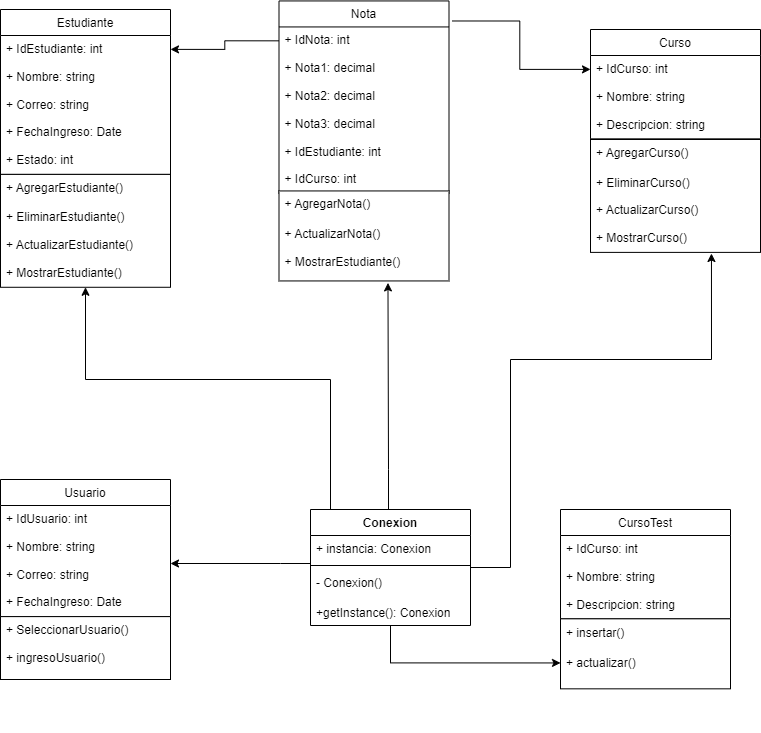
This is RegistroNotas-UMLSingleton.png from glendagarcia99/RegistroNotas-actualizada, a draw.io export, as it was before one commit. Source tidied: cells renumbered, new cells last; positions are measured from the earlier drawing's top-left corner, leaving out a move shared by most shapes.
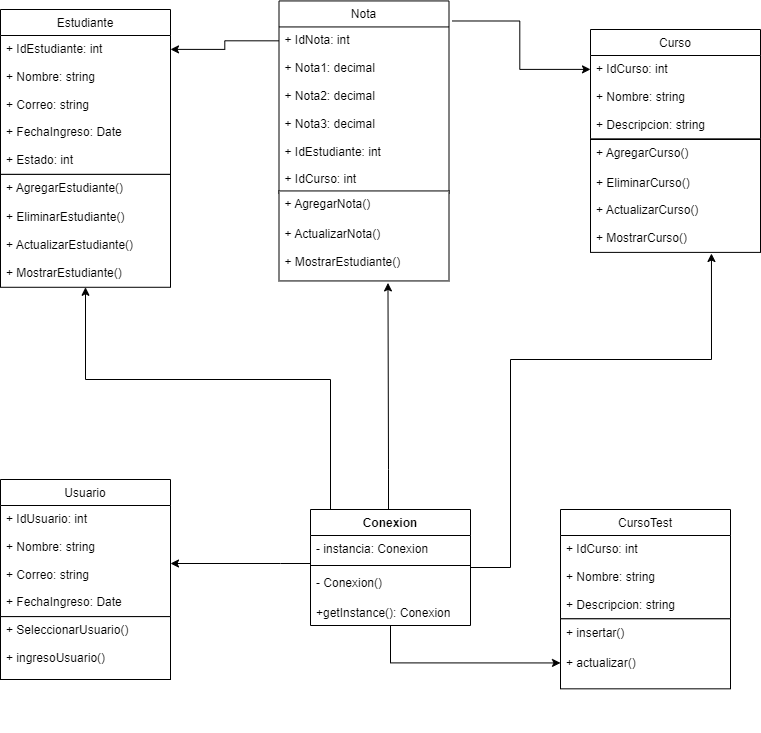
After the change.

Commit message:
UML con sigleton

The edit, as a diff of the source:
```diff
@@ -215,7 +215,7 @@
     <mxCell id="65" value="Conexion" style="swimlane;fontStyle=1;align=center;verticalAlign=top;horizontal=1;startSize=26;" parent="1" vertex="1">
       <mxGeometry x="310" y="509" width="160" height="116" as="geometry" />
     </mxCell>
-    <mxCell id="66" value="+ instancia: Conexion" style="text;strokeColor=none;fillColor=none;align=left;verticalAlign=top;spacingLeft=4;spacingRight=4;overflow=hidden;" parent="65" vertex="1">
+    <mxCell id="66" value="- instancia: Conexion" style="text;strokeColor=none;fillColor=none;align=left;verticalAlign=top;spacingLeft=4;spacingRight=4;overflow=hidden;" parent="65" vertex="1">
       <mxGeometry y="26" width="160" height="26" as="geometry" />
     </mxCell>
     <mxCell id="67" style="line;strokeWidth=1;fillColor=none;align=left;verticalAlign=middle;spacingTop=-1;spacingLeft=3;spacingRight=3;labelPosition=right;" parent="65" vertex="1">
```
